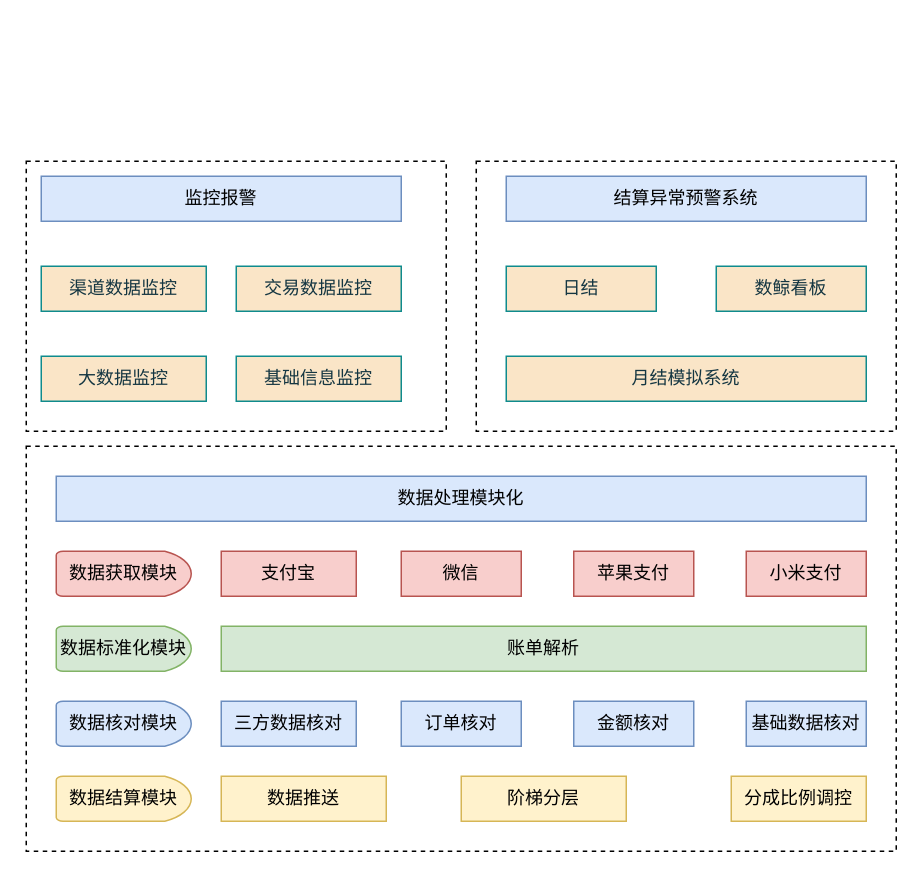
Above: 对账体系.drawio in Floweryu/my-diagrams (draw.io), before the change. Source tidied: cells renumbered, new cells numbered last; positions are measured from the earlier drawing's top-left corner, leaving out a move shared by most shapes. Both pictures are drawn from the tidied source at 150%, with x=0, y=0 at pixel (26, 160).
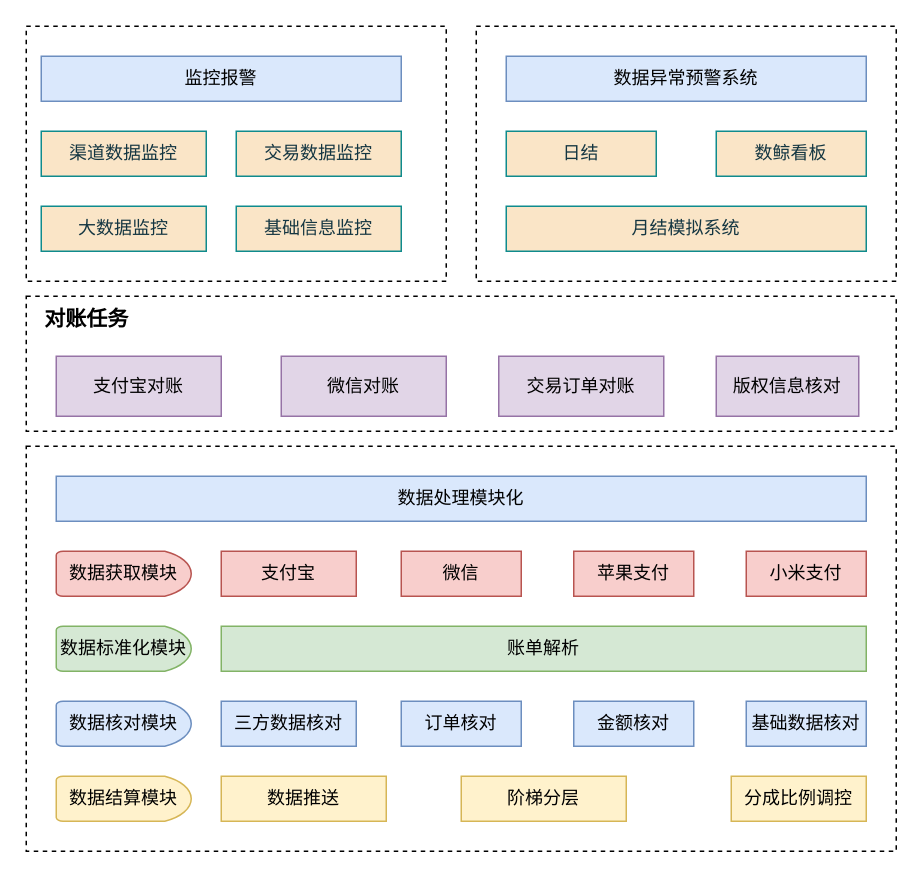
The same diagram, later.

Commit message:
更新对账体系.drawio

Diff of the diagram source:
```diff
@@
     <mxCell id="2" style="rounded=0;whiteSpace=wrap;html=1;dashed=1;" parent="1" vertex="1">
-      <mxGeometry x="300" width="280" height="180" as="geometry" />
+      <mxGeometry x="300" y="-90" width="280" height="170" as="geometry" />
     </mxCell>
@@
     <mxCell id="4" style="rounded=0;whiteSpace=wrap;html=1;dashed=1;" parent="1" vertex="1">
-      <mxGeometry width="280" height="180" as="geometry" />
+      <mxGeometry y="-90" width="280" height="170" as="geometry" />
     </mxCell>
     <mxCell id="5" value="渠道数据监控" style="rounded=0;whiteSpace=wrap;html=1;strokeColor=#0F8B8D;fontColor=#143642;fillColor=#FAE5C7;" parent="1" vertex="1">
-      <mxGeometry x="10" y="70" width="110" height="30" as="geometry" />
+      <mxGeometry x="10" y="-20" width="110" height="30" as="geometry" />
     </mxCell>
     <mxCell id="6" value="交易数据监控" style="rounded=0;whiteSpace=wrap;html=1;strokeColor=#0F8B8D;fontColor=#143642;fillColor=#FAE5C7;" parent="1" vertex="1">
-      <mxGeometry x="140" y="70" width="110" height="30" as="geometry" />
+      <mxGeometry x="140" y="-20" width="110" height="30" as="geometry" />
     </mxCell>
     <mxCell id="7" value="大数据监控" style="rounded=0;whiteSpace=wrap;html=1;strokeColor=#0F8B8D;fontColor=#143642;fillColor=#FAE5C7;" parent="1" vertex="1">
-      <mxGeometry x="10" y="130" width="110" height="30" as="geometry" />
+      <mxGeometry x="10" y="30" width="110" height="30" as="geometry" />
     </mxCell>
     <mxCell id="8" value="基础信息监控" style="rounded=0;whiteSpace=wrap;html=1;strokeColor=#0F8B8D;fontColor=#143642;fillColor=#FAE5C7;" parent="1" vertex="1">
-      <mxGeometry x="140" y="130" width="110" height="30" as="geometry" />
+      <mxGeometry x="140" y="30" width="110" height="30" as="geometry" />
     </mxCell>
     <mxCell id="9" value="监控报警" style="rounded=0;whiteSpace=wrap;html=1;fillColor=#dae8fc;strokeColor=#6c8ebf;" parent="1" vertex="1">
-      <mxGeometry x="10" y="10" width="240" height="30" as="geometry" />
+      <mxGeometry x="10" y="-70" width="240" height="30" as="geometry" />
     </mxCell>
@@
-    <mxCell id="22" value="结算异常预警系统" style="rounded=0;whiteSpace=wrap;html=1;fillColor=#dae8fc;strokeColor=#6c8ebf;" parent="1" vertex="1">
-      <mxGeometry x="320" y="10" width="240" height="30" as="geometry" />
+    <mxCell id="22" value="数据异常预警系统" style="rounded=0;whiteSpace=wrap;html=1;fillColor=#dae8fc;strokeColor=#6c8ebf;" parent="1" vertex="1">
+      <mxGeometry x="320" y="-70" width="240" height="30" as="geometry" />
     </mxCell>
     <mxCell id="23" value="日结" style="rounded=0;whiteSpace=wrap;html=1;strokeColor=#0F8B8D;fontColor=#143642;fillColor=#FAE5C7;" parent="1" vertex="1">
-      <mxGeometry x="320" y="70" width="100" height="30" as="geometry" />
+      <mxGeometry x="320" y="-20" width="100" height="30" as="geometry" />
     </mxCell>
     <mxCell id="24" value="数鲸看板" style="rounded=0;whiteSpace=wrap;html=1;strokeColor=#0F8B8D;fontColor=#143642;fillColor=#FAE5C7;" parent="1" vertex="1">
-      <mxGeometry x="460" y="70" width="100" height="30" as="geometry" />
+      <mxGeometry x="460" y="-20" width="100" height="30" as="geometry" />
     </mxCell>
     <mxCell id="25" value="月结模拟系统" style="rounded=0;whiteSpace=wrap;html=1;strokeColor=#0F8B8D;fontColor=#143642;fillColor=#FAE5C7;" parent="1" vertex="1">
-      <mxGeometry x="320" y="130" width="240" height="30" as="geometry" />
+      <mxGeometry x="320" y="30" width="240" height="30" as="geometry" />
     </mxCell>
@@
+    <mxCell id="31" style="rounded=0;whiteSpace=wrap;html=1;dashed=1;" parent="1" vertex="1">
+      <mxGeometry y="90" width="580" height="90" as="geometry" />
+    </mxCell>
+    <mxCell id="32" value="支付宝对账" style="rounded=0;whiteSpace=wrap;html=1;fillColor=#e1d5e7;strokeColor=#9673a6;" parent="1" vertex="1">
+      <mxGeometry x="20" y="130" width="110" height="40" as="geometry" />
+    </mxCell>
+    <mxCell id="33" value="微信对账" style="rounded=0;whiteSpace=wrap;html=1;fillColor=#e1d5e7;strokeColor=#9673a6;" parent="1" vertex="1">
+      <mxGeometry x="170" y="130" width="110" height="40" as="geometry" />
+    </mxCell>
+    <mxCell id="34" value="交易订单对账" style="rounded=0;whiteSpace=wrap;html=1;fillColor=#e1d5e7;strokeColor=#9673a6;" parent="1" vertex="1">
+      <mxGeometry x="315" y="130" width="110" height="40" as="geometry" />
+    </mxCell>
+    <mxCell id="35" value="版权信息核对" style="rounded=0;whiteSpace=wrap;html=1;fillColor=#e1d5e7;strokeColor=#9673a6;" parent="1" vertex="1">
+      <mxGeometry x="460" y="130" width="95" height="40" as="geometry" />
+    </mxCell>
+    <mxCell id="36" value="&lt;b&gt;&lt;font style=&quot;font-size: 14px;&quot;&gt;对账任务&lt;/font&gt;&lt;/b&gt;" style="text;html=1;align=center;verticalAlign=middle;strokeColor=none;fillColor=none;" parent="1" vertex="1">
+      <mxGeometry y="90" width="80" height="30" as="geometry" />
+    </mxCell>
```
